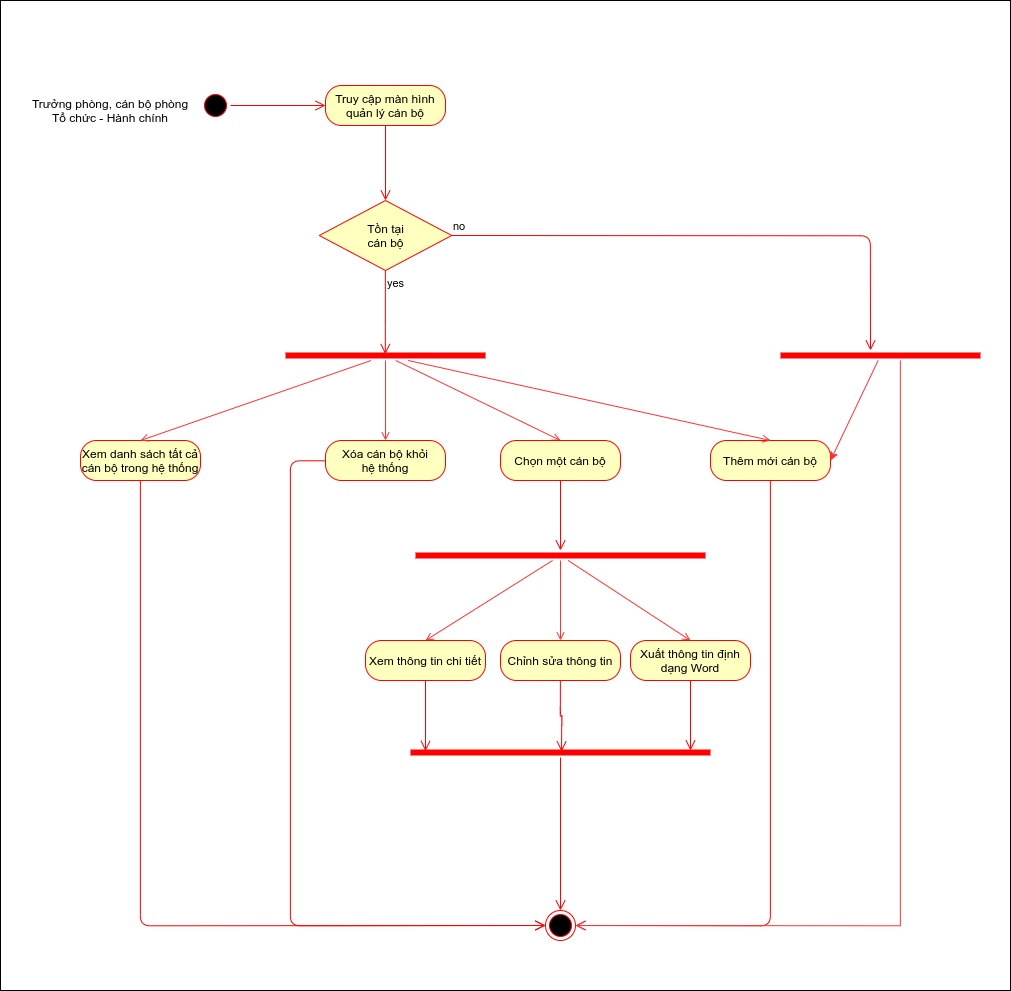
This is img/UML/TchcStaff/activityQuanLyCanBo.png from namgold/LVTN_REPORT, a draw.io export, as it was before one commit. Source tidied: cells renumbered, new cells last; positions are measured from the earlier drawing's top-left corner, leaving out a move shared by most shapes.
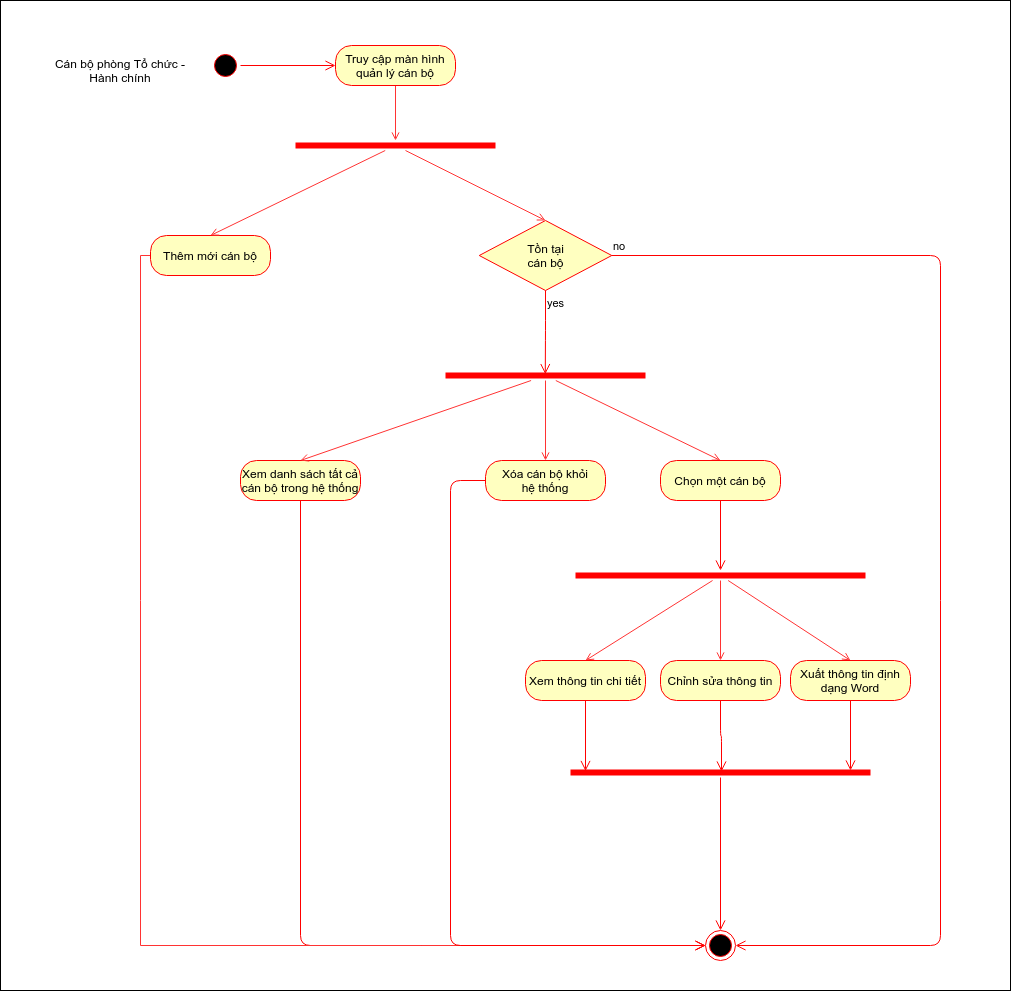
The same diagram one commit later.

What changed in the source:
```diff
@@ -3,22 +3,22 @@
     <mxCell id="0" />
     <mxCell id="1" parent="0" />
     <mxCell id="2" style="ellipse;html=1;shape=startState;fillColor=#000000;strokeColor=#ff0000;" parent="1" vertex="1">
-      <mxGeometry x="200" y="90" width="30" height="30" as="geometry" />
+      <mxGeometry x="50" y="30" width="30" height="30" as="geometry" />
     </mxCell>
     <mxCell id="3" style="edgeStyle=orthogonalEdgeStyle;html=1;verticalAlign=bottom;endArrow=open;endSize=8;strokeColor=#ff0000;entryX=0;entryY=0.5;entryDx=0;entryDy=0;" parent="1" edge="1" source="2" target="17">
       <mxGeometry relative="1" as="geometry" />
     </mxCell>
-    <mxCell id="4" value="Trưởng phòng, cán bộ phòng Tổ chức - Hành chính" style="text;html=1;strokeColor=none;fillColor=none;align=center;verticalAlign=middle;whiteSpace=wrap;rounded=0;" parent="1" vertex="1">
-      <mxGeometry x="30" y="100" width="160" height="20" as="geometry" />
+    <mxCell id="4" value="Cán bộ phòng Tổ chức - Hành chính" style="text;html=1;strokeColor=none;fillColor=none;align=center;verticalAlign=middle;whiteSpace=wrap;rounded=0;" parent="1" vertex="1">
+      <mxGeometry x="-120" y="40" width="160" height="20" as="geometry" />
     </mxCell>
     <mxCell id="5" value="Tồn tại&lt;br&gt;cán bộ" style="rhombus;whiteSpace=wrap;html=1;fillColor=#ffffc0;strokeColor=#ff0000;" parent="1" vertex="1">
       <mxGeometry x="318.8" y="200" width="132.5" height="70" as="geometry" />
     </mxCell>
-    <mxCell id="6" value="no" style="edgeStyle=orthogonalEdgeStyle;html=1;align=left;verticalAlign=bottom;endArrow=open;endSize=8;strokeColor=#ff0000;exitX=1;exitY=0.5;exitDx=0;exitDy=0;" parent="1" edge="1" source="5">
+    <mxCell id="6" value="no" style="edgeStyle=orthogonalEdgeStyle;html=1;align=left;verticalAlign=bottom;endArrow=open;endSize=8;strokeColor=#ff0000;exitX=1;exitY=0.5;exitDx=0;exitDy=0;entryX=1;entryY=0.5;entryDx=0;entryDy=0;" parent="1" edge="1" source="5" target="38">
       <mxGeometry x="-1" relative="1" as="geometry">
-        <mxPoint x="870" y="350" as="targetPoint" />
         <Array as="points">
-          <mxPoint x="870" y="235" />
+          <mxPoint x="780" y="235" />
+          <mxPoint x="780" y="925" />
         </Array>
       </mxGeometry>
     </mxCell>
@@ -43,37 +43,23 @@
         <mxPoint x="561" y="751" as="targetPoint" />
       </mxGeometry>
     </mxCell>
+    <mxCell id="13" style="edgeStyle=orthogonalEdgeStyle;rounded=0;jettySize=auto;html=1;entryX=0;entryY=0.5;entryDx=0;entryDy=0;endArrow=open;endFill=0;strokeColor=#FF3333;" parent="1" edge="1" source="12" target="38">
+      <mxGeometry relative="1" as="geometry">
+        <Array as="points">
+          <mxPoint x="-20" y="235" />
+          <mxPoint x="-20" y="925" />
+        </Array>
+      </mxGeometry>
+    </mxCell>
     <mxCell id="12" value="Thêm mới cán bộ" style="rounded=1;whiteSpace=wrap;html=1;arcSize=40;fontColor=#000000;fillColor=#ffffc0;strokeColor=#ff0000;" parent="1" vertex="1">
-      <mxGeometry x="710" y="440" width="120" height="40" as="geometry" />
+      <mxGeometry x="-10" y="215" width="120" height="40" as="geometry" />
     </mxCell>
-    <mxCell id="13" style="edgeStyle=orthogonalEdgeStyle;html=1;verticalAlign=bottom;endArrow=open;endSize=8;strokeColor=#ff0000;entryX=1;entryY=0.5;entryDx=0;entryDy=0;" parent="1" edge="1" source="12" target="38">
-      <mxGeometry relative="1" as="geometry">
-        <Array as="points">
-          <mxPoint x="770" y="925" />
-        </Array>
-      </mxGeometry>
-    </mxCell>
-    <mxCell id="14" style="rounded=0;jettySize=auto;html=1;entryX=1;entryY=0.5;entryDx=0;entryDy=0;strokeColor=#FF3333;" parent="1" edge="1" source="16" target="12">
-      <mxGeometry relative="1" as="geometry" />
-    </mxCell>
-    <mxCell id="15" style="edgeStyle=orthogonalEdgeStyle;rounded=0;jettySize=auto;html=1;endArrow=open;endFill=0;strokeColor=#FF3333;entryX=1;entryY=0.5;entryDx=0;entryDy=0;" parent="1" edge="1" source="16" target="38">
-      <mxGeometry relative="1" as="geometry">
-        <Array as="points">
-          <mxPoint x="900" y="925" />
-        </Array>
-      </mxGeometry>
-    </mxCell>
-    <mxCell id="16" style="shape=line;html=1;strokeWidth=6;strokeColor=#ff0000;" parent="1" vertex="1">
-      <mxGeometry x="780" y="350" width="200" height="10" as="geometry" />
-    </mxCell>
+    <mxCell id="40" style="edgeStyle=orthogonalEdgeStyle;rounded=0;jettySize=auto;html=1;strokeColor=#FF3333;endArrow=open;endFill=0;" parent="1" edge="1" source="17" target="43">
+      <mxGeometry relative="1" as="geometry" />
+    </mxCell>
     <mxCell id="17" value="Truy cập màn hình&lt;br&gt;quản lý cán bộ" style="rounded=1;whiteSpace=wrap;html=1;arcSize=40;fontColor=#000000;fillColor=#ffffc0;strokeColor=#ff0000;" parent="1" vertex="1">
-      <mxGeometry x="325" y="85" width="120" height="40" as="geometry" />
+      <mxGeometry x="175" y="25" width="120" height="40" as="geometry" />
     </mxCell>
-    <mxCell id="18" style="edgeStyle=orthogonalEdgeStyle;html=1;verticalAlign=bottom;endArrow=open;endSize=8;strokeColor=#ff0000;" parent="1" edge="1" source="17">
-      <mxGeometry relative="1" as="geometry">
-        <mxPoint x="385" y="200" as="targetPoint" />
-      </mxGeometry>
-    </mxCell>
     <mxCell id="19" style="rounded=0;jettySize=auto;html=1;entryX=0.5;entryY=0;entryDx=0;entryDy=0;strokeColor=#FF3333;endArrow=open;endFill=0;" parent="1" edge="1" source="23" target="8">
       <mxGeometry relative="1" as="geometry" />
     </mxCell>
@@ -83,9 +69,6 @@
     <mxCell id="21" style="edgeStyle=none;rounded=0;jettySize=auto;html=1;entryX=0.5;entryY=0;entryDx=0;entryDy=0;endArrow=open;endFill=0;strokeColor=#FF3333;" parent="1" edge="1" source="23" target="24">
       <mxGeometry relative="1" as="geometry" />
     </mxCell>
-    <mxCell id="22" style="edgeStyle=none;rounded=0;jettySize=auto;html=1;entryX=0.5;entryY=0;entryDx=0;entryDy=0;endArrow=open;endFill=0;strokeColor=#FF3333;" parent="1" edge="1" source="23" target="12">
-      <mxGeometry relative="1" as="geometry" />
-    </mxCell>
     <mxCell id="23" style="shape=line;html=1;strokeWidth=6;strokeColor=#ff0000;" parent="1" vertex="1">
       <mxGeometry x="285" y="350" width="200" height="10" as="geometry" />
     </mxCell>
@@ -142,7 +125,16 @@
       <mxGeometry x="545" y="910" width="30" height="30" as="geometry" />
     </mxCell>
     <mxCell id="39" style="rounded=0;whiteSpace=wrap;html=1;fillColor=none;shadow=0;sketch=0;" parent="1" vertex="1">
-      <mxGeometry width="1010" height="990" as="geometry" />
+      <mxGeometry x="-160" y="-20" width="1010" height="990" as="geometry" />
     </mxCell>
+    <mxCell id="41" style="rounded=0;jettySize=auto;html=1;entryX=0.5;entryY=0;entryDx=0;entryDy=0;endArrow=open;endFill=0;strokeColor=#FF3333;" parent="1" edge="1" source="43" target="12">
+      <mxGeometry relative="1" as="geometry" />
+    </mxCell>
+    <mxCell id="42" style="edgeStyle=none;rounded=0;jettySize=auto;html=1;entryX=0.5;entryY=0;entryDx=0;entryDy=0;endArrow=open;endFill=0;strokeColor=#FF3333;" parent="1" edge="1" source="43" target="5">
+      <mxGeometry relative="1" as="geometry" />
+    </mxCell>
+    <mxCell id="43" style="shape=line;html=1;strokeWidth=6;strokeColor=#ff0000;" parent="1" vertex="1">
+      <mxGeometry x="135" y="120" width="200" height="10" as="geometry" />
+    </mxCell>
   </root>
 </mxGraphModel>
```
